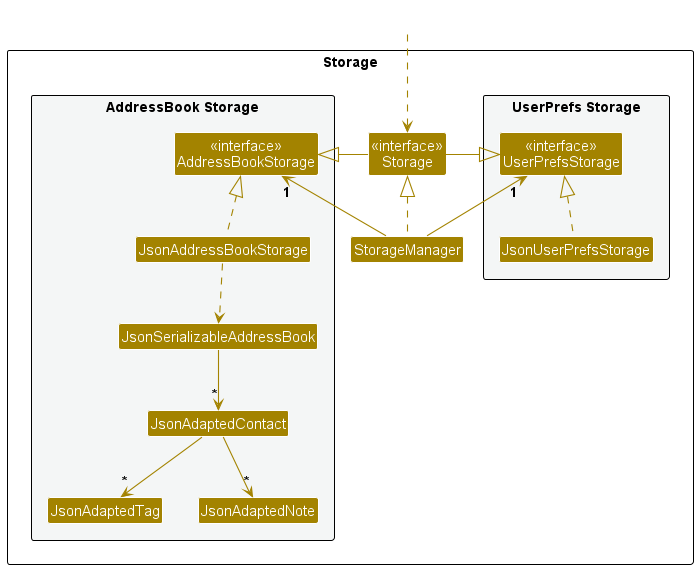
This is docs/images/StorageClassDiagram.png from s-peiran/tp, a PlantUML export, as it was before one commit. Source of this version:
```plantuml
@startuml
!include style.puml
skinparam arrowThickness 1.1
skinparam arrowColor STORAGE_COLOR
skinparam classBackgroundColor STORAGE_COLOR

package Storage as StoragePackage {

package "UserPrefs Storage" #F4F6F6{
Class "<<interface>>\nUserPrefsStorage" as UserPrefsStorage
Class JsonUserPrefsStorage
}

Class "<<interface>>\nStorage" as Storage
Class StorageManager

package "AddressBook Storage" #F4F6F6{
Class "<<interface>>\nAddressBookStorage" as AddressBookStorage
Class JsonAddressBookStorage
Class JsonSerializableAddressBook
Class JsonAdaptedContact
Class JsonAdaptedTag
Class JsonAdaptedNote
}

}

Class HiddenOutside #FFFFFF
HiddenOutside ..> Storage

StorageManager .up.|> Storage
StorageManager -up-> "1" UserPrefsStorage
StorageManager -up-> "1" AddressBookStorage

Storage -left-|> UserPrefsStorage
Storage -right-|> AddressBookStorage

JsonUserPrefsStorage .up.|> UserPrefsStorage
JsonAddressBookStorage .up.|> AddressBookStorage
JsonAddressBookStorage ..> JsonSerializableAddressBook
JsonSerializableAddressBook --> "*" JsonAdaptedContact
JsonAdaptedContact --> "*" JsonAdaptedTag
JsonAdaptedContact --> "*" JsonAdaptedNote
@enduml
```
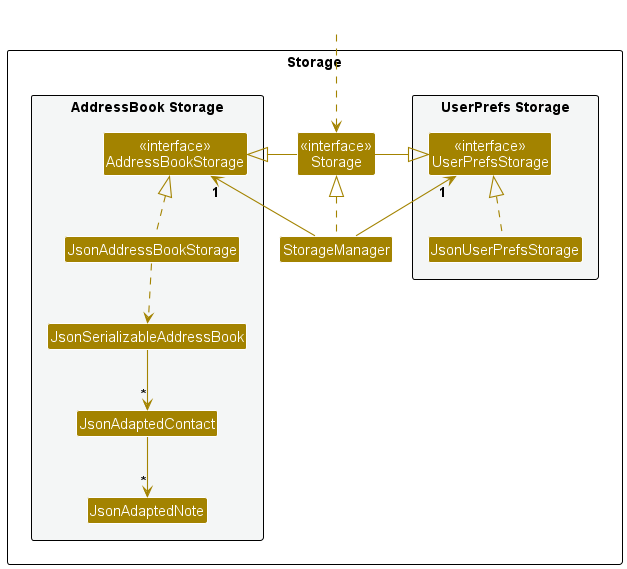
After the commit.

What changed in the source:
```diff
@@ -19,7 +19,6 @@
 Class JsonAddressBookStorage
 Class JsonSerializableAddressBook
 Class JsonAdaptedContact
-Class JsonAdaptedTag
 Class JsonAdaptedNote
 }
 
@@ -39,6 +38,6 @@
 JsonAddressBookStorage .up.|> AddressBookStorage
 JsonAddressBookStorage ..> JsonSerializableAddressBook
 JsonSerializableAddressBook --> "*" JsonAdaptedContact
-JsonAdaptedContact --> "*" JsonAdaptedTag
 JsonAdaptedContact --> "*" JsonAdaptedNote
+
 @enduml
```
